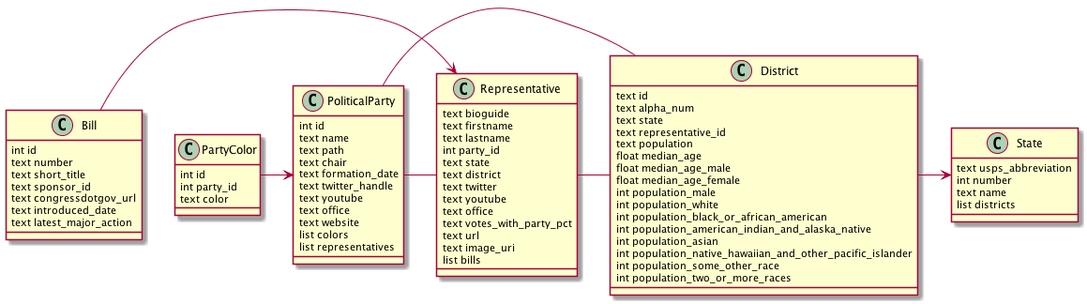
Earlier version of the PlantUML export UML/models.png (WeTheSWEople/SWEThePeople). The source it was exported from:
```plantuml
@startuml
PoliticalParty -  Representative
PoliticalParty -  District
Representative -  District
Bill           -> Representative
PartyColor     -> PoliticalParty
District       -> State

class PoliticalParty {
    int id
    text name
    text path
    text chair
    text formation_date
    text twitter_handle
    text youtube
    text office
    text website
    list colors
    list representatives
}

class Representative {
	text bioguide
	text firstname
	text lastname
	int party_id
	text state
	text district
	text twitter
	text youtube
	text office
	text votes_with_party_pct
	text url
	text image_uri
    list bills
}

class Bill {
	int id
	text number
	text short_title
	text sponsor_id
	text congressdotgov_url
	text introduced_date
	text latest_major_action
}

class District {
	text id
	text alpha_num
	text state
	text representative_id
	text population
	float median_age
	float median_age_male
	float median_age_female
	int population_male
	int population_white
	int population_black_or_african_american
	int population_american_indian_and_alaska_native
	int population_asian
	int population_native_hawaiian_and_other_pacific_islander
	int population_some_other_race
	int population_two_or_more_races
}

class State {
	text usps_abbreviation
	int number
	text name
    list districts
}

class PartyColor {
    int id
    int party_id
    text color
}

@enduml
```
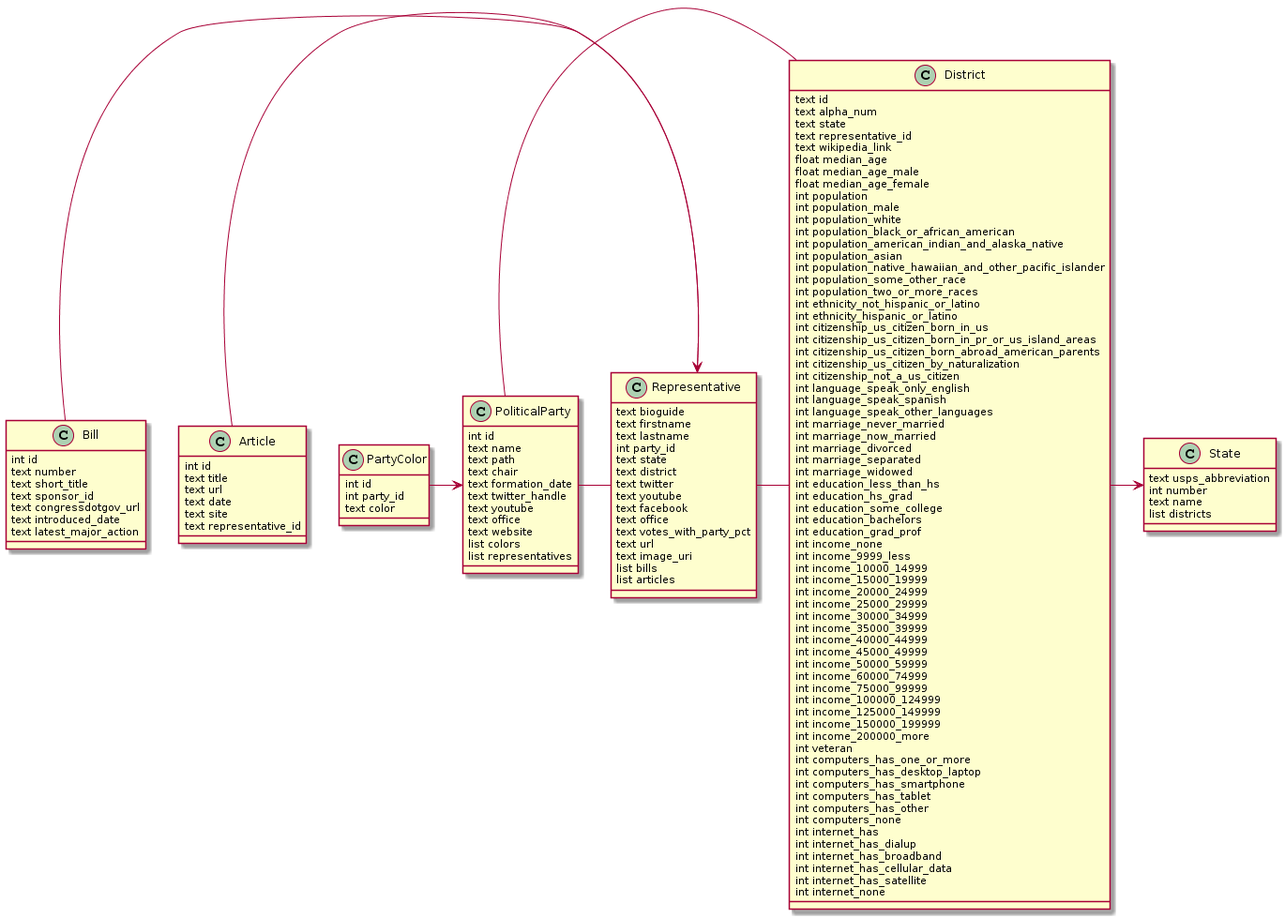
Later version of the same file.

Commit message:
added models.png generated using PlantUML

The edit, as a diff of the source:
```diff
@@ -3,6 +3,7 @@
 PoliticalParty -  District
 Representative -  District
 Bill           -> Representative
+Article        -> Representative
 PartyColor     -> PoliticalParty
 District       -> State
 
@@ -29,11 +30,13 @@
 	text district
 	text twitter
 	text youtube
+	text facebook
 	text office
 	text votes_with_party_pct
 	text url
 	text image_uri
     list bills
+    list articles
 }
 
 class Bill {
@@ -46,15 +49,25 @@
 	text latest_major_action
 }
 
+class Article {
+	int id
+	text title
+	text url
+	text date
+	text site
+	text representative_id
+}
+
 class District {
 	text id
 	text alpha_num
 	text state
 	text representative_id
-	text population
+	text wikipedia_link
 	float median_age
 	float median_age_male
 	float median_age_female
+	int population
 	int population_male
 	int population_white
 	int population_black_or_african_american
@@ -63,6 +76,56 @@
 	int population_native_hawaiian_and_other_pacific_islander
 	int population_some_other_race
 	int population_two_or_more_races
+	int ethnicity_not_hispanic_or_latino
+	int ethnicity_hispanic_or_latino
+	int citizenship_us_citizen_born_in_us
+	int citizenship_us_citizen_born_in_pr_or_us_island_areas
+	int citizenship_us_citizen_born_abroad_american_parents
+	int citizenship_us_citizen_by_naturalization
+	int citizenship_not_a_us_citizen
+	int language_speak_only_english
+	int language_speak_spanish
+	int language_speak_other_languages
+	int marriage_never_married
+	int marriage_now_married
+	int marriage_divorced
+	int marriage_separated
+	int marriage_widowed
+	int education_less_than_hs
+	int education_hs_grad
+	int education_some_college
+	int education_bachelors
+	int education_grad_prof
+	int income_none
+	int income_9999_less
+	int income_10000_14999
+	int income_15000_19999
+	int income_20000_24999
+	int income_25000_29999
+	int income_30000_34999
+	int income_35000_39999
+	int income_40000_44999
+	int income_45000_49999
+	int income_50000_59999
+	int income_60000_74999
+	int income_75000_99999
+	int income_100000_124999
+	int income_125000_149999
+	int income_150000_199999
+	int income_200000_more
+	int veteran
+	int computers_has_one_or_more
+	int computers_has_desktop_laptop
+	int computers_has_smartphone
+	int computers_has_tablet
+	int computers_has_other
+	int computers_none
+	int internet_has
+	int internet_has_dialup
+	int internet_has_broadband
+	int internet_has_cellular_data
+	int internet_has_satellite
+	int internet_none
 }
 
 class State {
@@ -77,5 +140,4 @@
     int party_id
     text color
 }
-
 @enduml
```
